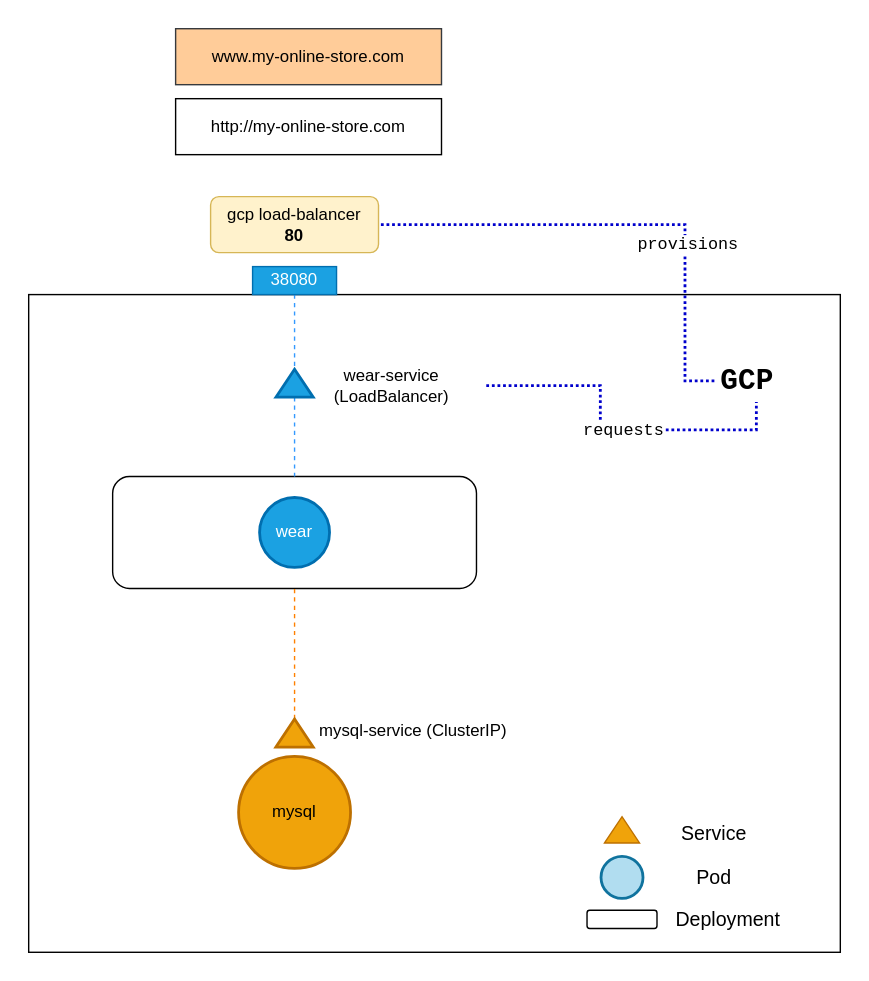
aditya109/journey-CKA keeps this draw.io diagram as assets/networking-GCP ingress.svg. Above is the earlier version. Source tidied: cells renumbered, new cells last; positions are measured from the earlier drawing's top-left corner, leaving out a move shared by most shapes. The source it was exported from:
```xml
<mxGraphModel>
  <root>
    <mxCell id="0" />
    <mxCell id="1" parent="0" />
    <mxCell id="2" value="www.my-online-store.com" style="rounded=0;whiteSpace=wrap;html=1;fillColor=#ffcc99;strokeColor=#36393d;" parent="1" vertex="1">
      <mxGeometry x="105" width="190" height="40" as="geometry" />
    </mxCell>
    <mxCell id="3" style="rounded=0;whiteSpace=wrap;html=1;" parent="1" vertex="1">
      <mxGeometry y="190" width="580" height="470" as="geometry" />
    </mxCell>
    <mxCell id="4" style="edgeStyle=orthogonalEdgeStyle;rounded=0;jettySize=auto;html=1;endArrow=none;endFill=0;dashed=1;strokeColor=#3399FF;" parent="1" edge="1" source="5" target="13">
      <mxGeometry relative="1" as="geometry" />
    </mxCell>
    <mxCell id="5" value="38080" style="rounded=0;whiteSpace=wrap;html=1;fillColor=#1ba1e2;strokeColor=#006EAF;fontColor=#ffffff;" parent="1" vertex="1">
      <mxGeometry x="160" y="170" width="60" height="20" as="geometry" />
    </mxCell>
    <mxCell id="6" style="rounded=1;whiteSpace=wrap;html=1;" parent="1" vertex="1">
      <mxGeometry x="60" y="320" width="260" height="80" as="geometry" />
    </mxCell>
    <mxCell id="7" value="wear" style="ellipse;whiteSpace=wrap;html=1;fillColor=#1ba1e2;strokeColor=#006EAF;strokeWidth=2;fontColor=#ffffff;" parent="1" vertex="1">
      <mxGeometry x="165" y="335" width="50" height="50" as="geometry" />
    </mxCell>
    <mxCell id="8" value="mysql" style="ellipse;whiteSpace=wrap;html=1;strokeWidth=2;fillColor=#f0a30a;strokeColor=#BD7000;fontColor=#000000;" parent="1" vertex="1">
      <mxGeometry x="150" y="520" width="80" height="80" as="geometry" />
    </mxCell>
    <mxCell id="9" style="edgeStyle=orthogonalEdgeStyle;rounded=0;jettySize=auto;html=1;entryX=0.5;entryY=1;entryDx=0;entryDy=0;dashed=1;endArrow=none;endFill=0;strokeColor=#FF8000;" parent="1" edge="1" source="10" target="6">
      <mxGeometry relative="1" as="geometry" />
    </mxCell>
    <mxCell id="10" style="triangle;whiteSpace=wrap;html=1;strokeWidth=2;rotation=-90;fillColor=#f0a30a;strokeColor=#BD7000;fontColor=#000000;" parent="1" vertex="1">
      <mxGeometry x="180" y="490" width="20" height="26.7" as="geometry" />
    </mxCell>
    <mxCell id="11" value="mysql-service (ClusterIP)" style="text;html=1;strokeColor=none;fillColor=none;align=center;verticalAlign=middle;whiteSpace=wrap;rounded=0;" parent="1" vertex="1">
      <mxGeometry x="200" y="486.7" width="150" height="30" as="geometry" />
    </mxCell>
    <mxCell id="12" style="edgeStyle=orthogonalEdgeStyle;rounded=0;jettySize=auto;html=1;entryX=0.5;entryY=0;entryDx=0;entryDy=0;endArrow=none;endFill=0;dashed=1;strokeColor=#3399FF;" parent="1" edge="1" source="13" target="6">
      <mxGeometry relative="1" as="geometry" />
    </mxCell>
    <mxCell id="13" style="triangle;whiteSpace=wrap;html=1;strokeWidth=2;rotation=-90;fillColor=#1ba1e2;strokeColor=#006EAF;fontColor=#ffffff;" parent="1" vertex="1">
      <mxGeometry x="180" y="240" width="20" height="26.7" as="geometry" />
    </mxCell>
    <mxCell id="14" style="edgeStyle=orthogonalEdgeStyle;rounded=0;jettySize=auto;html=1;entryX=0.5;entryY=1;entryDx=0;entryDy=0;dashed=1;fontFamily=Courier New;fontSize=21;strokeColor=#0000CC;strokeWidth=2;fillColor=#3399FF;endArrow=none;endFill=0;dashPattern=1 1;" parent="1" edge="1" source="16" target="27">
      <mxGeometry relative="1" as="geometry" />
    </mxCell>
    <mxCell id="15" value="requests" style="edgeLabel;html=1;align=center;verticalAlign=middle;fontSize=12;fontFamily=Courier New;" parent="14" vertex="1">
      <mxGeometry x="0.05" y="-1" relative="1" as="geometry" />
    </mxCell>
    <mxCell id="16" value="wear-service (LoadBalancer)" style="text;html=1;strokeColor=none;fillColor=none;align=center;verticalAlign=middle;whiteSpace=wrap;rounded=0;" parent="1" vertex="1">
      <mxGeometry x="192" y="240" width="135" height="30" as="geometry" />
    </mxCell>
    <mxCell id="17" style="rounded=1;whiteSpace=wrap;html=1;strokeWidth=1;" parent="1" vertex="1">
      <mxGeometry x="399" y="630" width="50" height="13" as="geometry" />
    </mxCell>
    <mxCell id="18" value="Deployment" style="text;html=1;strokeColor=none;fillColor=none;align=center;verticalAlign=middle;whiteSpace=wrap;rounded=0;fontSize=14;" parent="1" vertex="1">
      <mxGeometry x="470" y="621.5" width="60" height="30" as="geometry" />
    </mxCell>
    <mxCell id="19" style="ellipse;whiteSpace=wrap;html=1;fontSize=14;strokeWidth=2;fillColor=#b1ddf0;strokeColor=#10739e;" parent="1" vertex="1">
      <mxGeometry x="409" y="591.5" width="30" height="30" as="geometry" />
    </mxCell>
    <mxCell id="20" value="Pod" style="text;html=1;strokeColor=none;fillColor=none;align=center;verticalAlign=middle;whiteSpace=wrap;rounded=0;fontSize=14;" parent="1" vertex="1">
      <mxGeometry x="460" y="592" width="60" height="30" as="geometry" />
    </mxCell>
    <mxCell id="21" style="triangle;whiteSpace=wrap;html=1;fontSize=14;strokeWidth=1;rotation=-90;fillColor=#f0a30a;strokeColor=#BD7000;fontColor=#000000;" parent="1" vertex="1">
      <mxGeometry x="414.6" y="560" width="18.8" height="25" as="geometry" />
    </mxCell>
    <mxCell id="22" value="Service" style="text;html=1;strokeColor=none;fillColor=none;align=center;verticalAlign=middle;whiteSpace=wrap;rounded=0;fontSize=14;" parent="1" vertex="1">
      <mxGeometry x="460" y="560" width="60" height="30" as="geometry" />
    </mxCell>
    <mxCell id="23" value="http://my-online-store.com" style="rounded=0;whiteSpace=wrap;html=1;" parent="1" vertex="1">
      <mxGeometry x="105" y="50" width="190" height="40" as="geometry" />
    </mxCell>
    <mxCell id="24" value="gcp load-balancer&lt;br&gt;&lt;b&gt;80&lt;/b&gt;" style="rounded=1;whiteSpace=wrap;html=1;fillColor=#fff2cc;strokeColor=#d6b656;" parent="1" vertex="1">
      <mxGeometry x="130" y="120" width="120" height="40" as="geometry" />
    </mxCell>
    <mxCell id="25" style="edgeStyle=orthogonalEdgeStyle;rounded=0;jettySize=auto;html=1;dashed=1;fontFamily=Courier New;fontSize=21;strokeColor=#0000CC;strokeWidth=2;fillColor=#3399FF;endArrow=none;endFill=0;dashPattern=1 1;" parent="1" edge="1" source="27">
      <mxGeometry relative="1" as="geometry">
        <mxPoint x="250" y="140" as="targetPoint" />
        <Array as="points">
          <mxPoint x="469" y="252" />
          <mxPoint x="469" y="140" />
          <mxPoint x="250" y="140" />
        </Array>
      </mxGeometry>
    </mxCell>
    <mxCell id="26" value="provisions" style="edgeLabel;html=1;align=center;verticalAlign=middle;fontSize=12;fontFamily=Courier New;" parent="25" vertex="1">
      <mxGeometry x="-0.33" y="-1" relative="1" as="geometry" />
    </mxCell>
    <mxCell id="27" value="&lt;b&gt;&lt;font face=&quot;Courier New&quot; style=&quot;font-size: 21px&quot;&gt;GCP&amp;nbsp;&lt;/font&gt;&lt;/b&gt;" style="text;html=1;strokeColor=none;fillColor=none;align=center;verticalAlign=middle;whiteSpace=wrap;rounded=0;" parent="1" vertex="1">
      <mxGeometry x="490" y="236.7" width="60" height="30" as="geometry" />
    </mxCell>
  </root>
</mxGraphModel>
```
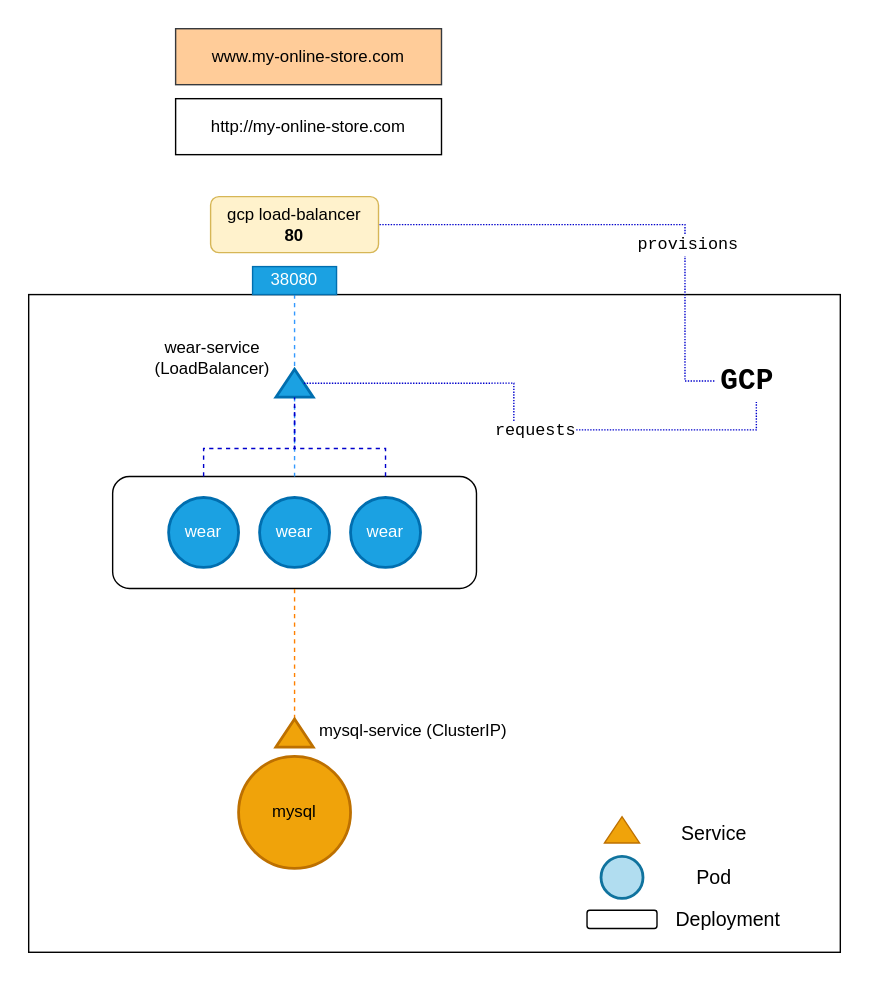
Later version of the same file.

What changed in the source:
```diff
@@ -38,15 +38,12 @@
     <mxCell id="13" style="triangle;whiteSpace=wrap;html=1;strokeWidth=2;rotation=-90;fillColor=#1ba1e2;strokeColor=#006EAF;fontColor=#ffffff;" parent="1" vertex="1">
       <mxGeometry x="180" y="240" width="20" height="26.7" as="geometry" />
     </mxCell>
-    <mxCell id="14" style="edgeStyle=orthogonalEdgeStyle;rounded=0;jettySize=auto;html=1;entryX=0.5;entryY=1;entryDx=0;entryDy=0;dashed=1;fontFamily=Courier New;fontSize=21;strokeColor=#0000CC;strokeWidth=2;fillColor=#3399FF;endArrow=none;endFill=0;dashPattern=1 1;" parent="1" edge="1" source="16" target="27">
+    <mxCell id="14" style="edgeStyle=orthogonalEdgeStyle;rounded=0;jettySize=auto;html=1;entryX=0.5;entryY=1;entryDx=0;entryDy=0;dashed=1;fontFamily=Courier New;fontSize=21;strokeColor=#0000CC;strokeWidth=1;fillColor=#3399FF;endArrow=none;endFill=0;exitX=0.5;exitY=1;exitDx=0;exitDy=0;dashPattern=1 1;" parent="1" edge="1" source="13" target="27">
       <mxGeometry relative="1" as="geometry" />
     </mxCell>
     <mxCell id="15" value="requests" style="edgeLabel;html=1;align=center;verticalAlign=middle;fontSize=12;fontFamily=Courier New;" parent="14" vertex="1">
       <mxGeometry x="0.05" y="-1" relative="1" as="geometry" />
     </mxCell>
-    <mxCell id="16" value="wear-service (LoadBalancer)" style="text;html=1;strokeColor=none;fillColor=none;align=center;verticalAlign=middle;whiteSpace=wrap;rounded=0;" parent="1" vertex="1">
-      <mxGeometry x="192" y="240" width="135" height="30" as="geometry" />
-    </mxCell>
     <mxCell id="17" style="rounded=1;whiteSpace=wrap;html=1;strokeWidth=1;" parent="1" vertex="1">
       <mxGeometry x="399" y="630" width="50" height="13" as="geometry" />
     </mxCell>
@@ -71,7 +68,7 @@
     <mxCell id="24" value="gcp load-balancer&lt;br&gt;&lt;b&gt;80&lt;/b&gt;" style="rounded=1;whiteSpace=wrap;html=1;fillColor=#fff2cc;strokeColor=#d6b656;" parent="1" vertex="1">
       <mxGeometry x="130" y="120" width="120" height="40" as="geometry" />
     </mxCell>
-    <mxCell id="25" style="edgeStyle=orthogonalEdgeStyle;rounded=0;jettySize=auto;html=1;dashed=1;fontFamily=Courier New;fontSize=21;strokeColor=#0000CC;strokeWidth=2;fillColor=#3399FF;endArrow=none;endFill=0;dashPattern=1 1;" parent="1" edge="1" source="27">
+    <mxCell id="25" style="edgeStyle=orthogonalEdgeStyle;rounded=0;jettySize=auto;html=1;dashed=1;fontFamily=Courier New;fontSize=21;strokeColor=#0000CC;strokeWidth=1;fillColor=#3399FF;endArrow=none;endFill=0;dashPattern=1 1;" parent="1" edge="1" source="27">
       <mxGeometry relative="1" as="geometry">
         <mxPoint x="250" y="140" as="targetPoint" />
         <Array as="points">
@@ -87,5 +84,33 @@
     <mxCell id="27" value="&lt;b&gt;&lt;font face=&quot;Courier New&quot; style=&quot;font-size: 21px&quot;&gt;GCP&amp;nbsp;&lt;/font&gt;&lt;/b&gt;" style="text;html=1;strokeColor=none;fillColor=none;align=center;verticalAlign=middle;whiteSpace=wrap;rounded=0;" parent="1" vertex="1">
       <mxGeometry x="490" y="236.7" width="60" height="30" as="geometry" />
     </mxCell>
+    <mxCell id="28" style="edgeStyle=orthogonalEdgeStyle;rounded=0;orthogonalLoop=1;jettySize=auto;html=1;dashed=1;fontFamily=Courier New;fontSize=12;endArrow=none;endFill=0;strokeColor=#0000CC;strokeWidth=1;fillColor=#3399FF;" parent="1" edge="1">
+      <mxGeometry relative="1" as="geometry">
+        <mxPoint x="255" y="320" as="sourcePoint" />
+        <mxPoint x="190" y="270" as="targetPoint" />
+        <Array as="points">
+          <mxPoint x="255" y="300" />
+          <mxPoint x="190" y="300" />
+        </Array>
+      </mxGeometry>
+    </mxCell>
+    <mxCell id="29" value="wear" style="ellipse;whiteSpace=wrap;html=1;fillColor=#1ba1e2;strokeColor=#006EAF;strokeWidth=2;fontColor=#ffffff;" parent="1" vertex="1">
+      <mxGeometry x="230" y="335" width="50" height="50" as="geometry" />
+    </mxCell>
+    <mxCell id="30" style="edgeStyle=orthogonalEdgeStyle;rounded=0;jettySize=auto;html=1;entryX=0;entryY=0.5;entryDx=0;entryDy=0;dashed=1;fontFamily=Courier New;fontSize=12;endArrow=none;endFill=0;strokeColor=#0000CC;strokeWidth=1;fillColor=#3399FF;" parent="1" edge="1" target="13">
+      <mxGeometry relative="1" as="geometry">
+        <mxPoint x="125" y="320" as="sourcePoint" />
+        <Array as="points">
+          <mxPoint x="125" y="300" />
+          <mxPoint x="190" y="300" />
+        </Array>
+      </mxGeometry>
+    </mxCell>
+    <mxCell id="31" value="wear" style="ellipse;whiteSpace=wrap;html=1;fillColor=#1ba1e2;strokeColor=#006EAF;strokeWidth=2;fontColor=#ffffff;" parent="1" vertex="1">
+      <mxGeometry x="100" y="335" width="50" height="50" as="geometry" />
+    </mxCell>
+    <mxCell id="16" value="wear-service (LoadBalancer)" style="text;html=1;strokeColor=none;fillColor=none;align=center;verticalAlign=middle;whiteSpace=wrap;rounded=0;" parent="1" vertex="1">
+      <mxGeometry x="83" y="220" width="97" height="30" as="geometry" />
+    </mxCell>
   </root>
 </mxGraphModel>
```
